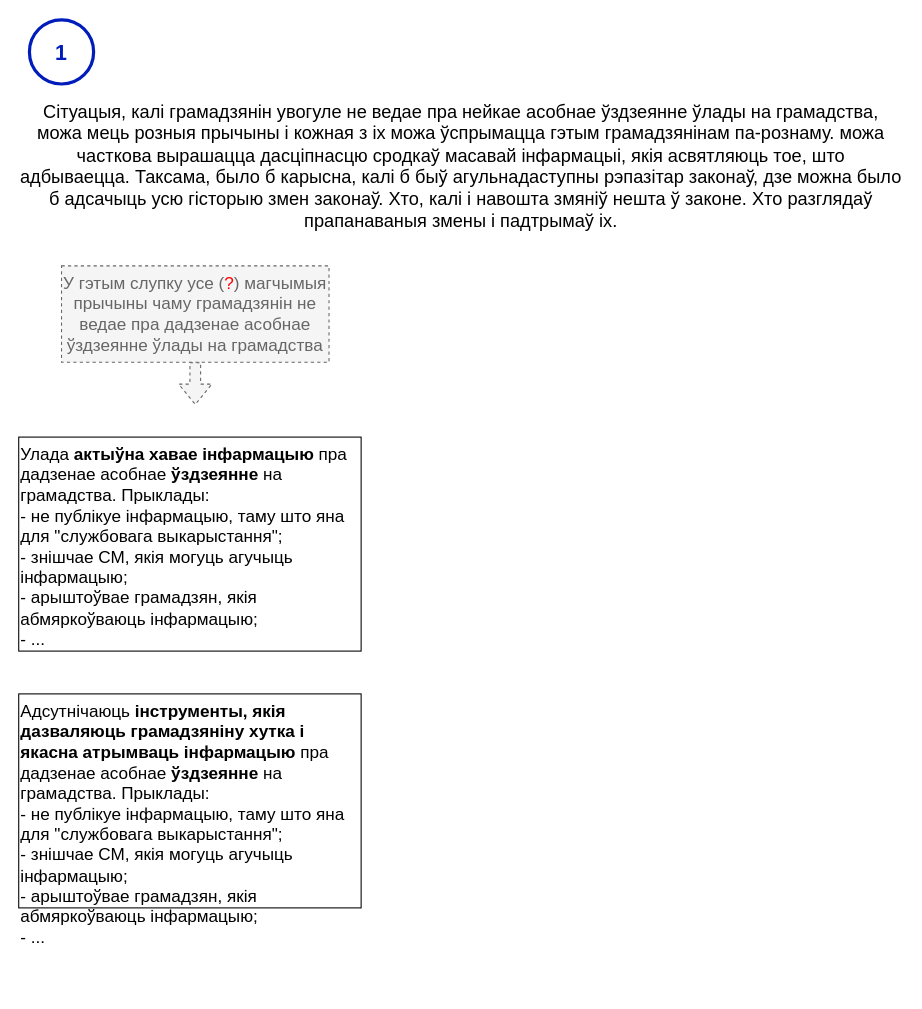
The draw.io diagram page "нататка-1" (2 of 2) of current-reality-tree/Дрэва цяперашняй рэальнасці.drawio in mshurkaeu-public/i-care.by, before the edit. Source tidied: cells renumbered, new cells numbered last; positions are measured from the earlier drawing's top-left corner, leaving out a move shared by most shapes. Both pictures are drawn from the tidied source at 107%, with x=0, y=0 at pixel (18, 19).
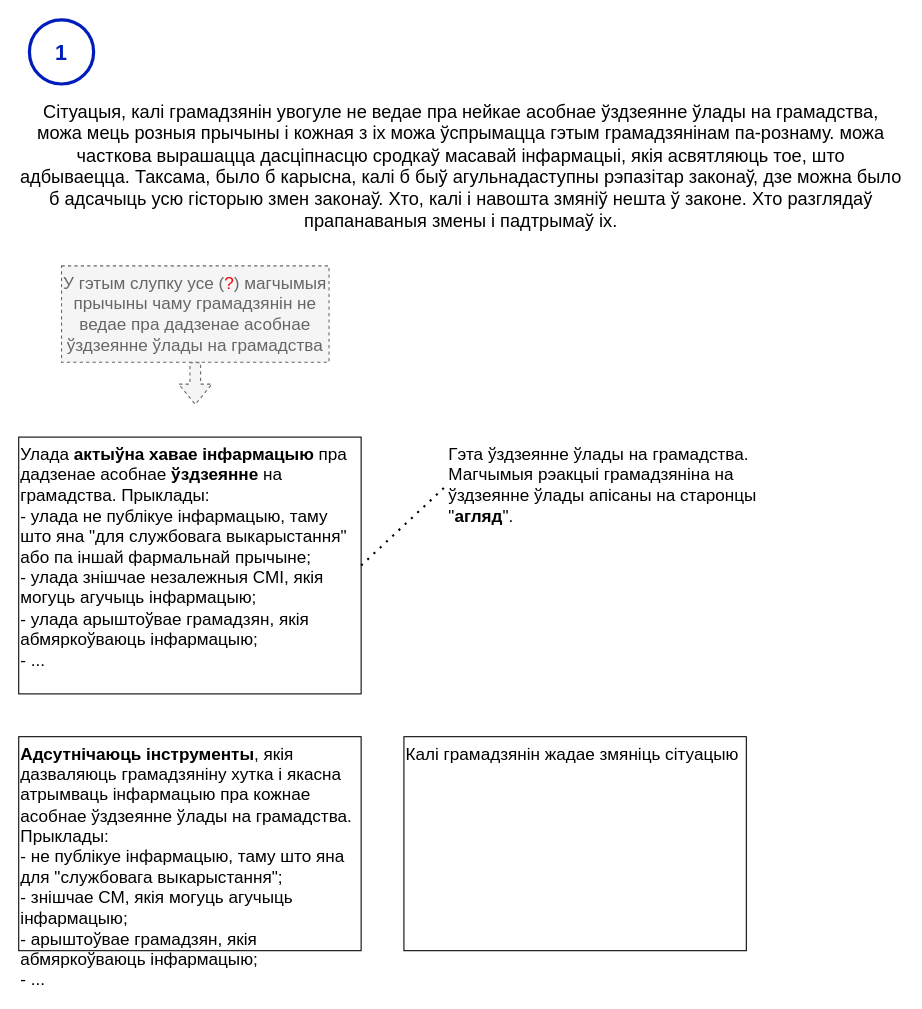
After the change.

Commit message:
The 36 version of the current reality tree

The edit, as a diff of the source:
```diff
@@
 <mxGraphModel>
   <root>
     <mxCell id="0" />
     <mxCell id="1" parent="0" />
     <mxCell id="2" value="Сітуацыя, калі грамадзянін увогуле не ведае пра нейкае асобнае ўздзеянне ўлады на грамадства, можа мець розныя прычыны і кожная з іх можа ўспрымацца гэтым грамадзянінам па-рознаму. можа часткова вырашацца дасціпнасцю сродкаў масавай інфармацыі, якія асвятляюць тое, што адбываецца. Таксама, было б карысна, калі б быў агульнадаступны рэпазітар законаў, дзе можна было б адсачыць усю гісторыю змен законаў. Хто, калі і навошта змяніў нешта ў законе. Хто разглядаў прапанаваныя змены і падтрымаў іх." style="text;html=1;strokeColor=none;fillColor=none;align=center;verticalAlign=top;whiteSpace=wrap;rounded=0;fontSize=17;" parent="1" vertex="1">
       <mxGeometry y="70" width="827" height="120" as="geometry" />
     </mxCell>
     <mxCell id="3" style="verticalLabelPosition=bottom;verticalAlign=top;html=1;shape=mxgraph.flowchart.on-page_reference;strokeWidth=3;fillColor=none;fontColor=#ffffff;strokeColor=#001DBC;comic=0;" parent="1" vertex="1">
       <mxGeometry x="10" width="60" height="60" as="geometry" />
     </mxCell>
     <mxCell id="4" value="1" style="text;html=1;strokeColor=none;fillColor=none;align=center;verticalAlign=middle;whiteSpace=wrap;rounded=0;fontColor=#001DBC;fontSize=20;fontStyle=1;" parent="1" vertex="1">
       <mxGeometry x="10" y="15" width="60" height="30" as="geometry" />
     </mxCell>
     <mxCell id="5" value="У гэтым слупку усе (&lt;font color=&quot;#ff0000&quot;&gt;?&lt;/font&gt;) магчымыя прычыны чаму грамадзянін не ведае пра дадзенае асобнае ўздзеянне ўлады на грамадства" style="text;html=1;strokeColor=#666666;fillColor=#f5f5f5;align=center;verticalAlign=top;whiteSpace=wrap;rounded=0;fontSize=16;fontColor=#666666;dashed=1;" parent="1" vertex="1">
       <mxGeometry x="40" y="230" width="250" height="90" as="geometry" />
     </mxCell>
     <mxCell id="6" style="shape=flexArrow;endArrow=classic;html=1;rounded=0;exitX=0.5;exitY=1;exitDx=0;exitDy=0;fillColor=#f5f5f5;strokeColor=#666666;dashed=1;" parent="1" edge="1" source="5">
       <mxGeometry relative="1" as="geometry">
         <mxPoint x="165" y="360" as="targetPoint" />
       </mxGeometry>
     </mxCell>
-    <mxCell id="7" value="Улада &lt;b&gt;актыўна хавае інфармацыю&lt;/b&gt; пра дадзенае асобнае &lt;b&gt;ўздзеянне&lt;/b&gt; на грамадства. Прыклады:&lt;br&gt;- не публікуе інфармацыю, таму што яна для &quot;службовага выкарыстання&quot;;&lt;br&gt;- знішчае СМ, якія могуць агучыць інфармацыю;&lt;br&gt;- арыштоўвае грамадзян, якія абмяркоўваюць інфармацыю;&lt;br&gt;- ...&lt;br&gt; " style="text;html=1;align=left;verticalAlign=top;whiteSpace=wrap;rounded=0;fontSize=16;strokeColor=default;" parent="1" vertex="1">
-      <mxGeometry y="390" width="320" height="200" as="geometry" />
+    <mxCell id="7" value="Улада &lt;b&gt;актыўна хавае інфармацыю&lt;/b&gt; пра дадзенае асобнае &lt;b&gt;ўздзеянне&lt;/b&gt; на грамадства. Прыклады:&lt;br&gt;- улада не публікуе інфармацыю, таму што яна &quot;для службовага выкарыстання&quot; або па іншай фармальнай прычыне;&lt;br&gt;- улада знішчае незалежныя СМІ, якія могуць агучыць інфармацыю;&lt;br&gt;- улада арыштоўвае грамадзян, якія абмяркоўваюць інфармацыю;&lt;br&gt;- ...&lt;br&gt; " style="text;html=1;align=left;verticalAlign=top;whiteSpace=wrap;rounded=0;fontSize=16;strokeColor=default;" parent="1" vertex="1">
+      <mxGeometry y="390" width="320" height="240" as="geometry" />
     </mxCell>
-    <mxCell id="8" value="Адсутнічаюць &lt;b&gt;інструменты, якія дазваляюць грамадзяніну хутка і якасна атрымваць інфармацыю&lt;/b&gt; пра дадзенае асобнае &lt;b&gt;ўздзеянне&lt;/b&gt; на грамадства. Прыклады:&lt;br&gt;- не публікуе інфармацыю, таму што яна для &quot;службовага выкарыстання&quot;;&lt;br&gt;- знішчае СМ, якія могуць агучыць інфармацыю;&lt;br&gt;- арыштоўвае грамадзян, якія абмяркоўваюць інфармацыю;&lt;br&gt;- ...&lt;br&gt; " style="text;html=1;align=left;verticalAlign=top;whiteSpace=wrap;rounded=0;fontSize=16;strokeColor=default;" parent="1" vertex="1">
-      <mxGeometry y="630" width="320" height="200" as="geometry" />
+    <mxCell id="8" value="&lt;b&gt;Адсутнічаюць інструменты&lt;/b&gt;, якія дазваляюць грамадзяніну хутка і якасна атрымваць інфармацыю пра кожнае асобнае ўздзеянне ўлады на грамадства. Прыклады:&lt;br&gt;- не публікуе інфармацыю, таму што яна для &quot;службовага выкарыстання&quot;;&lt;br&gt;- знішчае СМ, якія могуць агучыць інфармацыю;&lt;br&gt;- арыштоўвае грамадзян, якія абмяркоўваюць інфармацыю;&lt;br&gt;- ...&lt;br&gt; " style="text;html=1;align=left;verticalAlign=top;whiteSpace=wrap;rounded=0;fontSize=16;strokeColor=default;" parent="1" vertex="1">
+      <mxGeometry y="670" width="320" height="200" as="geometry" />
     </mxCell>
+    <mxCell id="9" value="&lt;span&gt;Калі грамадзянін жадае змяніць сітуацыю&lt;br&gt;&lt;/span&gt;" style="text;html=1;align=left;verticalAlign=top;whiteSpace=wrap;rounded=0;fontSize=16;strokeColor=default;fontStyle=0;" parent="1" vertex="1">
+      <mxGeometry x="360" y="670" width="320" height="200" as="geometry" />
+    </mxCell>
+    <mxCell id="10" value="&lt;span&gt;Гэта ўздзеянне ўлады на грамадства. Магчымыя рэакцыі грамадзяніна на ўздзеянне ўлады апісаны на старонцы &quot;&lt;b&gt;агляд&lt;/b&gt;&quot;.&lt;br&gt;&lt;/span&gt;" style="text;html=1;align=left;verticalAlign=top;whiteSpace=wrap;rounded=0;fontSize=16;strokeColor=none;fontStyle=0;" parent="1" vertex="1">
+      <mxGeometry x="400" y="390" width="320" height="90" as="geometry" />
+    </mxCell>
+    <mxCell id="11" style="endArrow=none;dashed=1;html=1;dashPattern=1 3;strokeWidth=2;rounded=0;exitX=1;exitY=0.5;exitDx=0;exitDy=0;entryX=0;entryY=0.5;entryDx=0;entryDy=0;" parent="1" edge="1" source="7" target="10">
+      <mxGeometry relative="1" as="geometry" />
+    </mxCell>
   </root>
 </mxGraphModel>
```
